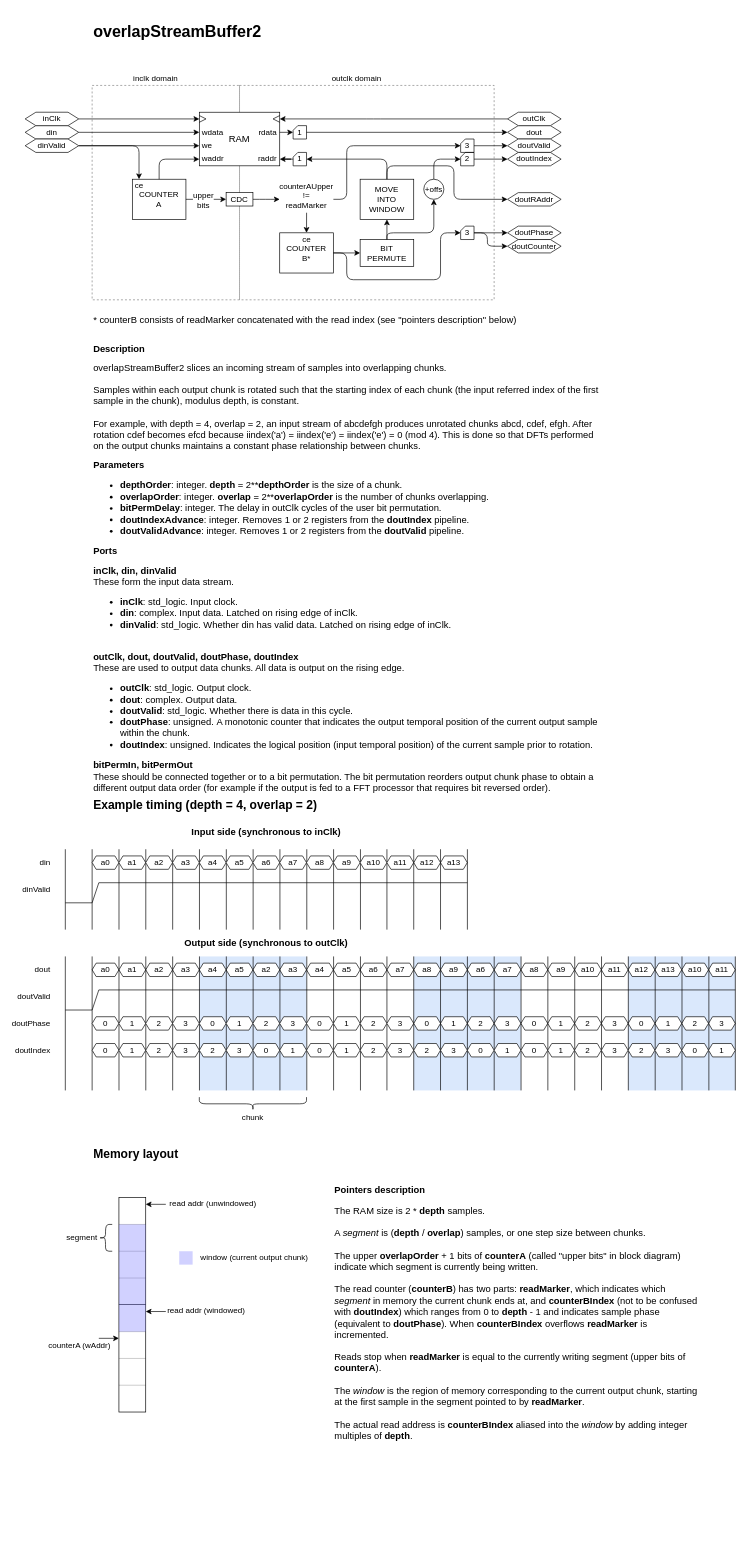
Above: diagrams/overlap_stream_buffer2.drawio in gabriel-tenma-white/fpga-dsp (draw.io), before the change. Source tidied: cells renumbered, new cells numbered last; positions are measured from the earlier drawing's top-left corner, leaving out a move shared by most shapes. Both pictures are drawn from the tidied source at 67%, with x=0, y=0 at pixel (11, 18).
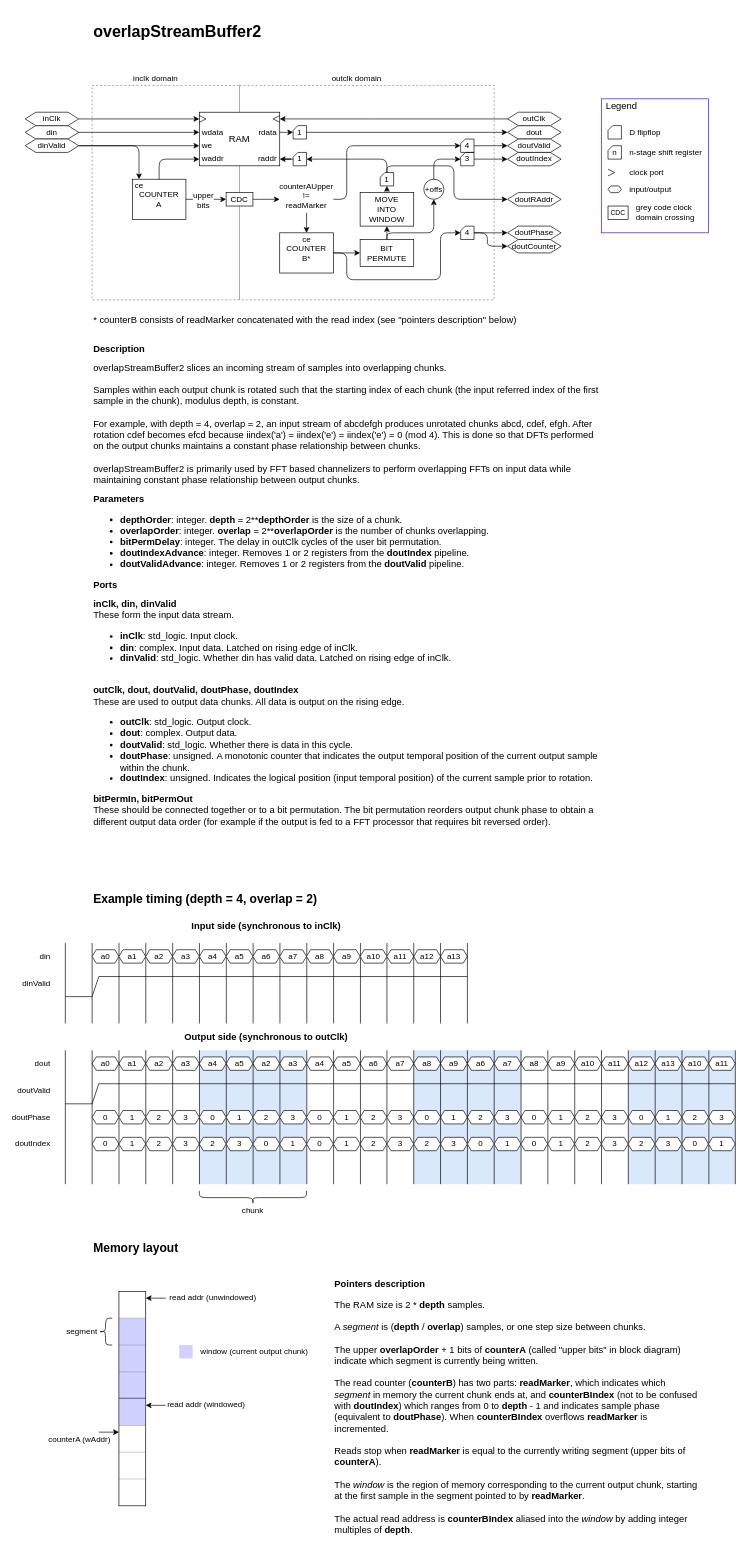
Above is the later version.

Commit message (it also covers changes not shown here):
overlapStreamBuffer2: add register after ram to close timing

Unchanged cells that the change refers to:
```xml
<mxCell id="52" value="1" style="shape=card;whiteSpace=wrap;html=1;fillColor=none;fontSize=12;align=center;arcSize=10;size=7;" parent="1" vertex="1">
  <mxGeometry x="420" y="200" width="20" height="20" as="geometry" />
</mxCell>
<mxCell id="246" value="doutRAddr" style="shape=hexagon;perimeter=hexagonPerimeter2;whiteSpace=wrap;html=1;fontSize=12;align=center;size=0.2;" parent="1" vertex="1">
  <mxGeometry x="740" y="260" width="80" height="20" as="geometry" />
</mxCell>
```

Diff of the diagram source:
```diff
@@
-    <mxCell id="42" value="3" style="shape=card;whiteSpace=wrap;html=1;fillColor=none;fontSize=12;align=center;arcSize=10;size=7;" parent="1" vertex="1">
+    <mxCell id="42" value="4" style="shape=card;whiteSpace=wrap;html=1;fillColor=none;fontSize=12;align=center;arcSize=10;size=7;" parent="1" vertex="1">
       <mxGeometry x="670" y="180" width="20" height="20" as="geometry" />
     </mxCell>
@@
-    <mxCell id="47" value="3" style="shape=card;whiteSpace=wrap;html=1;fillColor=none;fontSize=12;align=center;arcSize=10;size=7;" parent="1" vertex="1">
+    <mxCell id="47" value="4" style="shape=card;whiteSpace=wrap;html=1;fillColor=none;fontSize=12;align=center;arcSize=10;size=7;" parent="1" vertex="1">
       <mxGeometry x="670" y="310" width="20" height="20" as="geometry" />
     </mxCell>
@@
-    <mxCell id="50" value="2" style="shape=card;whiteSpace=wrap;html=1;fillColor=none;fontSize=12;align=center;arcSize=10;size=7;" parent="1" vertex="1">
+    <mxCell id="50" value="3" style="shape=card;whiteSpace=wrap;html=1;fillColor=none;fontSize=12;align=center;arcSize=10;size=7;" parent="1" vertex="1">
       <mxGeometry x="670" y="200" width="20" height="20" as="geometry" />
     </mxCell>
@@
     <mxCell id="58" style="group;" parent="1" vertex="1">
-      <mxGeometry x="520" y="240" width="80" height="60" as="geometry" />
+      <mxGeometry x="520" y="260" width="80" height="50" as="geometry" />
     </mxCell>
     <mxCell id="59" value="MOVE&lt;br&gt;INTO&lt;br&gt;WINDOW" style="rounded=0;whiteSpace=wrap;html=1;fontSize=12;align=center;" parent="58" vertex="1">
-      <mxGeometry width="80" height="60" as="geometry" />
+      <mxGeometry width="80" height="50" as="geometry" />
     </mxCell>
@@
-    <mxCell id="64" style="edgeStyle=orthogonalEdgeStyle;rounded=1;jettySize=auto;html=1;exitX=0.5;exitY=0;exitDx=0;exitDy=0;entryX=1;entryY=0.5;entryDx=0;entryDy=0;entryPerimeter=0;strokeColor=#000000;fontSize=12;" parent="1" edge="1" source="59" target="52">
+    <mxCell id="64" style="edgeStyle=orthogonalEdgeStyle;rounded=1;jettySize=auto;html=1;exitX=0.5;exitY=0;exitDx=0;exitDy=0;entryX=1;entryY=0.5;entryDx=0;entryDy=0;entryPerimeter=0;strokeColor=#000000;fontSize=12;exitPerimeter=0;" parent="1" edge="1" source="262" target="52">
       <mxGeometry relative="1" as="geometry" />
     </mxCell>
@@
-    <mxCell id="71" value="&lt;h1 style=&quot;font-size: 14px;&quot;&gt;Description&lt;/h1&gt;&lt;div style=&quot;font-size: 14px;&quot;&gt;overlapStreamBuffer2 slices an incoming stream of samples into overlapping chunks.&lt;/div&gt;&lt;div style=&quot;font-size: 14px;&quot;&gt;&lt;br style=&quot;font-size: 14px;&quot;&gt;&lt;/div&gt;&lt;div style=&quot;font-size: 14px;&quot;&gt;Samples within each output chunk is rotated such that the starting index of each chunk (the input referred index of the first sample in the chunk), modulus depth, is constant.&lt;/div&gt;&lt;div style=&quot;font-size: 14px;&quot;&gt;&lt;br style=&quot;font-size: 14px;&quot;&gt;&lt;/div&gt;&lt;div style=&quot;font-size: 14px;&quot;&gt;For example, with depth = 4, overlap = 2, an input stream of abcdefgh produces unrotated chunks abcd, cdef, efgh. After rotation cdef becomes efcd because iindex('a') = iindex('e') = iindex('e') = 0 (mod 4). This is done so that DFTs performed on the output chunks maintains a constant phase relationship between chunks.&lt;/div&gt;&lt;h2 style=&quot;font-size: 14px;&quot;&gt;Parameters&lt;/h2&gt;&lt;div style=&quot;font-size: 14px;&quot;&gt;&lt;ul style=&quot;font-size: 14px;&quot;&gt;&lt;li style=&quot;font-size: 14px;&quot;&gt;&lt;b style=&quot;font-size: 14px;&quot;&gt;depthOrder&lt;/b&gt;: integer.&amp;nbsp;&lt;b style=&quot;font-size: 14px;&quot;&gt;depth&lt;/b&gt; = 2**&lt;b style=&quot;font-size: 14px;&quot;&gt;depthOrder&lt;/b&gt; is the size of a chunk.&lt;/li&gt;&lt;li style=&quot;font-size: 14px;&quot;&gt;&lt;b style=&quot;font-size: 14px;&quot;&gt;overlapOrder&lt;/b&gt;: integer.&amp;nbsp;&lt;b style=&quot;font-size: 14px;&quot;&gt;overlap&lt;/b&gt; = 2**&lt;b style=&quot;font-size: 14px;&quot;&gt;overlapOrder&lt;/b&gt; is the number of chunks overlapping.&lt;/li&gt;&lt;li style=&quot;font-size: 14px;&quot;&gt;&lt;b style=&quot;font-size: 14px;&quot;&gt;bitPermDelay&lt;/b&gt;: integer. The delay in&amp;nbsp;outClk cycles of the user bit permutation.&lt;/li&gt;&lt;li style=&quot;font-size: 14px;&quot;&gt;&lt;b style=&quot;font-size: 14px;&quot;&gt;doutIndexAdvance&lt;/b&gt;: integer. Removes 1 or 2 registers from the &lt;b style=&quot;font-size: 14px;&quot;&gt;doutIndex&lt;/b&gt; pipeline.&lt;br style=&quot;font-size: 14px;&quot;&gt;&lt;/li&gt;&lt;li style=&quot;font-size: 14px;&quot;&gt;&lt;b style=&quot;font-size: 14px;&quot;&gt;doutValidAdvance&lt;/b&gt;: integer. Removes 1 or 2 registers from the &lt;b style=&quot;font-size: 14px;&quot;&gt;doutValid&lt;/b&gt; pipeline.&lt;br style=&quot;font-size: 14px;&quot;&gt;&lt;/li&gt;&lt;/ul&gt;&lt;/div&gt;&lt;h2 style=&quot;font-size: 14px;&quot;&gt;Ports&lt;/h2&gt;&lt;div style=&quot;font-size: 14px;&quot;&gt;&lt;b style=&quot;font-size: 14px;&quot;&gt;inClk, din, dinValid&lt;/b&gt;&lt;/div&gt;&lt;div style=&quot;font-size: 14px;&quot;&gt;These form the input data stream.&lt;/div&gt;&lt;div style=&quot;font-size: 14px;&quot;&gt;&lt;ul style=&quot;font-size: 14px;&quot;&gt;&lt;li style=&quot;font-size: 14px;&quot;&gt;&lt;b style=&quot;font-size: 14px;&quot;&gt;inClk&lt;/b&gt;: std_logic. Input clock.&lt;/li&gt;&lt;li style=&quot;font-size: 14px;&quot;&gt;&lt;b style=&quot;font-size: 14px;&quot;&gt;din&lt;/b&gt;: complex. Input data. Latched on rising edge of inClk.&lt;/li&gt;&lt;li style=&quot;font-size: 14px;&quot;&gt;&lt;b style=&quot;font-size: 14px;&quot;&gt;dinValid&lt;/b&gt;: std_logic. Whether din has valid data. Latched on rising edge of inClk.&lt;/li&gt;&lt;/ul&gt;&lt;/div&gt;&lt;div style=&quot;font-size: 14px;&quot;&gt;&lt;br style=&quot;font-size: 14px;&quot;&gt;&lt;/div&gt;&lt;div style=&quot;font-size: 14px;&quot;&gt;&lt;b style=&quot;font-size: 14px;&quot;&gt;outClk, dout, doutValid, doutPhase, doutIndex&lt;/b&gt;&lt;/div&gt;&lt;div style=&quot;font-size: 14px;&quot;&gt;These are used to output data chunks. All data is output on the rising edge.&lt;/div&gt;&lt;div style=&quot;font-size: 14px;&quot;&gt;&lt;ul style=&quot;font-size: 14px;&quot;&gt;&lt;li style=&quot;font-size: 14px;&quot;&gt;&lt;b style=&quot;font-size: 14px;&quot;&gt;outClk&lt;/b&gt;: std_logic. Output clock.&lt;/li&gt;&lt;li style=&quot;font-size: 14px;&quot;&gt;&lt;b style=&quot;font-size: 14px;&quot;&gt;dout&lt;/b&gt;: complex. Output data.&lt;/li&gt;&lt;li style=&quot;font-size: 14px;&quot;&gt;&lt;b style=&quot;font-size: 14px;&quot;&gt;doutValid&lt;/b&gt;: std_logic. Whether there is data in this cycle.&lt;/li&gt;&lt;li style=&quot;font-size: 14px;&quot;&gt;&lt;b style=&quot;font-size: 14px;&quot;&gt;doutPhase&lt;/b&gt;: unsigned.&lt;b style=&quot;font-size: 14px;&quot;&gt;&amp;nbsp;&lt;/b&gt;A monotonic counter that indicates the output temporal position of the current output sample within the chunk.&lt;/li&gt;&lt;li style=&quot;font-size: 14px;&quot;&gt;&lt;b style=&quot;font-size: 14px;&quot;&gt;doutIndex&lt;/b&gt;: unsigned. Indicates the logical position (input temporal position) of the current sample prior to rotation.&lt;/li&gt;&lt;/ul&gt;&lt;div style=&quot;font-size: 14px;&quot;&gt;&lt;b style=&quot;font-size: 14px;&quot;&gt;bitPermIn,&amp;nbsp;bitPermOut&lt;/b&gt;&lt;br style=&quot;font-size: 14px;&quot;&gt;&lt;/div&gt;&lt;/div&gt;&lt;div style=&quot;font-size: 14px;&quot;&gt;These should be connected together or to a bit permutation. The bit permutation reorders output chunk phase to obtain a different output data order (for example if the output is fed to a FFT processor that requires bit reversed order).&lt;/div&gt;" style="text;html=1;strokeColor=none;fillColor=none;align=left;verticalAlign=top;whiteSpace=wrap;rounded=0;fontSize=14;" parent="1" vertex="1">
-      <mxGeometry x="120" y="470" width="760" height="670" as="geometry" />
+    <mxCell id="71" value="&lt;h1 style=&quot;font-size: 14px&quot;&gt;Description&lt;/h1&gt;&lt;div style=&quot;font-size: 14px&quot;&gt;overlapStreamBuffer2 slices an incoming stream of samples into overlapping chunks.&lt;/div&gt;&lt;div style=&quot;font-size: 14px&quot;&gt;&lt;br style=&quot;font-size: 14px&quot;&gt;&lt;/div&gt;&lt;div style=&quot;font-size: 14px&quot;&gt;Samples within each output chunk is rotated such that the starting index of each chunk (the input referred index of the first sample in the chunk), modulus depth, is constant.&lt;/div&gt;&lt;div style=&quot;font-size: 14px&quot;&gt;&lt;br style=&quot;font-size: 14px&quot;&gt;&lt;/div&gt;&lt;div style=&quot;font-size: 14px&quot;&gt;For example, with depth = 4, overlap = 2, an input stream of abcdefgh produces unrotated chunks abcd, cdef, efgh. After rotation cdef becomes efcd because iindex('a') = iindex('e') = iindex('e') = 0 (mod 4). This is done so that DFTs performed on the output chunks maintains a constant phase relationship between chunks.&lt;/div&gt;&lt;div style=&quot;font-size: 14px&quot;&gt;&lt;br&gt;&lt;/div&gt;&lt;div style=&quot;font-size: 14px&quot;&gt;overlapStreamBuffer2 is primarily used by FFT based channelizers to perform overlapping FFTs on input data while maintaining constant phase relationship between output chunks.&lt;/div&gt;&lt;h2 style=&quot;font-size: 14px&quot;&gt;Parameters&lt;/h2&gt;&lt;div style=&quot;font-size: 14px&quot;&gt;&lt;ul style=&quot;font-size: 14px&quot;&gt;&lt;li style=&quot;font-size: 14px&quot;&gt;&lt;b style=&quot;font-size: 14px&quot;&gt;depthOrder&lt;/b&gt;: integer.&amp;nbsp;&lt;b style=&quot;font-size: 14px&quot;&gt;depth&lt;/b&gt; = 2**&lt;b style=&quot;font-size: 14px&quot;&gt;depthOrder&lt;/b&gt; is the size of a chunk.&lt;/li&gt;&lt;li style=&quot;font-size: 14px&quot;&gt;&lt;b style=&quot;font-size: 14px&quot;&gt;overlapOrder&lt;/b&gt;: integer.&amp;nbsp;&lt;b style=&quot;font-size: 14px&quot;&gt;overlap&lt;/b&gt; = 2**&lt;b style=&quot;font-size: 14px&quot;&gt;overlapOrder&lt;/b&gt; is the number of chunks overlapping.&lt;/li&gt;&lt;li style=&quot;font-size: 14px&quot;&gt;&lt;b style=&quot;font-size: 14px&quot;&gt;bitPermDelay&lt;/b&gt;: integer. The delay in&amp;nbsp;outClk cycles of the user bit permutation.&lt;/li&gt;&lt;li style=&quot;font-size: 14px&quot;&gt;&lt;b style=&quot;font-size: 14px&quot;&gt;doutIndexAdvance&lt;/b&gt;: integer. Removes 1 or 2 registers from the &lt;b style=&quot;font-size: 14px&quot;&gt;doutIndex&lt;/b&gt; pipeline.&lt;br style=&quot;font-size: 14px&quot;&gt;&lt;/li&gt;&lt;li style=&quot;font-size: 14px&quot;&gt;&lt;b style=&quot;font-size: 14px&quot;&gt;doutValidAdvance&lt;/b&gt;: integer. Removes 1 or 2 registers from the &lt;b style=&quot;font-size: 14px&quot;&gt;doutValid&lt;/b&gt; pipeline.&lt;br style=&quot;font-size: 14px&quot;&gt;&lt;/li&gt;&lt;/ul&gt;&lt;/div&gt;&lt;h2 style=&quot;font-size: 14px&quot;&gt;Ports&lt;/h2&gt;&lt;div style=&quot;font-size: 14px&quot;&gt;&lt;b style=&quot;font-size: 14px&quot;&gt;inClk, din, dinValid&lt;/b&gt;&lt;/div&gt;&lt;div style=&quot;font-size: 14px&quot;&gt;These form the input data stream.&lt;/div&gt;&lt;div style=&quot;font-size: 14px&quot;&gt;&lt;ul style=&quot;font-size: 14px&quot;&gt;&lt;li style=&quot;font-size: 14px&quot;&gt;&lt;b style=&quot;font-size: 14px&quot;&gt;inClk&lt;/b&gt;: std_logic. Input clock.&lt;/li&gt;&lt;li style=&quot;font-size: 14px&quot;&gt;&lt;b style=&quot;font-size: 14px&quot;&gt;din&lt;/b&gt;: complex. Input data. Latched on rising edge of inClk.&lt;/li&gt;&lt;li style=&quot;font-size: 14px&quot;&gt;&lt;b style=&quot;font-size: 14px&quot;&gt;dinValid&lt;/b&gt;: std_logic. Whether din has valid data. Latched on rising edge of inClk.&lt;/li&gt;&lt;/ul&gt;&lt;/div&gt;&lt;div style=&quot;font-size: 14px&quot;&gt;&lt;br style=&quot;font-size: 14px&quot;&gt;&lt;/div&gt;&lt;div style=&quot;font-size: 14px&quot;&gt;&lt;b style=&quot;font-size: 14px&quot;&gt;outClk, dout, doutValid, doutPhase, doutIndex&lt;/b&gt;&lt;/div&gt;&lt;div style=&quot;font-size: 14px&quot;&gt;These are used to output data chunks. All data is output on the rising edge.&lt;/div&gt;&lt;div style=&quot;font-size: 14px&quot;&gt;&lt;ul style=&quot;font-size: 14px&quot;&gt;&lt;li style=&quot;font-size: 14px&quot;&gt;&lt;b style=&quot;font-size: 14px&quot;&gt;outClk&lt;/b&gt;: std_logic. Output clock.&lt;/li&gt;&lt;li style=&quot;font-size: 14px&quot;&gt;&lt;b style=&quot;font-size: 14px&quot;&gt;dout&lt;/b&gt;: complex. Output data.&lt;/li&gt;&lt;li style=&quot;font-size: 14px&quot;&gt;&lt;b style=&quot;font-size: 14px&quot;&gt;doutValid&lt;/b&gt;: std_logic. Whether there is data in this cycle.&lt;/li&gt;&lt;li style=&quot;font-size: 14px&quot;&gt;&lt;b style=&quot;font-size: 14px&quot;&gt;doutPhase&lt;/b&gt;: unsigned.&lt;b style=&quot;font-size: 14px&quot;&gt;&amp;nbsp;&lt;/b&gt;A monotonic counter that indicates the output temporal position of the current output sample within the chunk.&lt;/li&gt;&lt;li style=&quot;font-size: 14px&quot;&gt;&lt;b style=&quot;font-size: 14px&quot;&gt;doutIndex&lt;/b&gt;: unsigned. Indicates the logical position (input temporal position) of the current sample prior to rotation.&lt;/li&gt;&lt;/ul&gt;&lt;div style=&quot;font-size: 14px&quot;&gt;&lt;b style=&quot;font-size: 14px&quot;&gt;bitPermIn,&amp;nbsp;bitPermOut&lt;/b&gt;&lt;br style=&quot;font-size: 14px&quot;&gt;&lt;/div&gt;&lt;/div&gt;&lt;div style=&quot;font-size: 14px&quot;&gt;These should be connected together or to a bit permutation. The bit permutation reorders output chunk phase to obtain a different output data order (for example if the output is fed to a FFT processor that requires bit reversed order).&lt;/div&gt;" style="text;html=1;strokeColor=none;fillColor=none;align=left;verticalAlign=top;whiteSpace=wrap;rounded=0;fontSize=14;" parent="1" vertex="1">
+      <mxGeometry x="120" y="470" width="760" height="730" as="geometry" />
     </mxCell>
     <mxCell id="72" value="&lt;h2&gt;Example timing (depth = 4, overlap = 2)&lt;/h2&gt;" style="text;html=1;strokeColor=none;fillColor=none;align=left;verticalAlign=middle;whiteSpace=wrap;rounded=0;fontStyle=0;" parent="1" vertex="1">
-      <mxGeometry x="120" y="1160" width="360" height="30" as="geometry" />
+      <mxGeometry x="120" y="1300" width="360" height="30" as="geometry" />
     </mxCell>
     <mxCell id="73" style="group;" parent="1" vertex="1">
-      <mxGeometry y="1360" width="1080" height="340" as="geometry" />
+      <mxGeometry y="1500" width="1080" height="340" as="geometry" />
     </mxCell>
@@
     <mxCell id="185" style="group;" parent="1" vertex="1">
-      <mxGeometry y="1200" width="680.1" height="160" as="geometry" />
+      <mxGeometry y="1340" width="680.1" height="160" as="geometry" />
     </mxCell>
@@
     <mxCell id="223" style="group;" parent="1" vertex="1">
-      <mxGeometry x="40" y="1680" width="990" height="440" as="geometry" />
+      <mxGeometry x="40" y="1820" width="990" height="440" as="geometry" />
     </mxCell>
@@
-    <mxCell id="247" style="edgeStyle=orthogonalEdgeStyle;rounded=1;jettySize=auto;html=1;exitX=0.5;exitY=0;exitDx=0;exitDy=0;entryX=0;entryY=0.5;entryDx=0;entryDy=0;" parent="1" edge="1" source="59" target="246">
+    <mxCell id="247" style="edgeStyle=orthogonalEdgeStyle;rounded=1;jettySize=auto;html=1;exitX=0.5;exitY=0;exitDx=0;exitDy=0;entryX=0;entryY=0.5;entryDx=0;entryDy=0;exitPerimeter=0;" parent="1" edge="1" source="262" target="246">
       <mxGeometry relative="1" as="geometry">
         <Array as="points">
-          <mxPoint x="560" y="220" />
           <mxPoint x="660" y="220" />
           <mxPoint x="660" y="270" />
         </Array>
       </mxGeometry>
     </mxCell>
+    <mxCell id="248" style="rounded=0;whiteSpace=wrap;html=1;strokeColor=#3503FF;" parent="1" vertex="1">
+      <mxGeometry x="880" y="120" width="160" height="200" as="geometry" />
+    </mxCell>
+    <mxCell id="249" value="Legend" style="text;html=1;strokeColor=none;fillColor=none;align=left;verticalAlign=middle;whiteSpace=wrap;rounded=0;spacingLeft=5;fontSize=14;" parent="1" vertex="1">
+      <mxGeometry x="880" y="120" width="120" height="20" as="geometry" />
+    </mxCell>
+    <mxCell id="250" style="shape=card;whiteSpace=wrap;html=1;fillColor=none;fontSize=12;align=center;arcSize=10;size=7;" parent="1" vertex="1">
+      <mxGeometry x="890" y="160" width="20" height="20" as="geometry" />
+    </mxCell>
+    <mxCell id="251" value="D flipflop" style="text;html=1;strokeColor=none;fillColor=none;align=left;verticalAlign=middle;whiteSpace=wrap;rounded=0;" parent="1" vertex="1">
+      <mxGeometry x="920" y="160" width="80" height="20" as="geometry" />
+    </mxCell>
+    <mxCell id="252" value="n" style="shape=card;whiteSpace=wrap;html=1;fillColor=none;fontSize=12;align=center;arcSize=10;size=7;" parent="1" vertex="1">
+      <mxGeometry x="890" y="190" width="20" height="20" as="geometry" />
+    </mxCell>
+    <mxCell id="253" value="n-stage shift register" style="text;html=1;strokeColor=none;fillColor=none;align=left;verticalAlign=middle;whiteSpace=wrap;rounded=0;" parent="1" vertex="1">
+      <mxGeometry x="920" y="190" width="120" height="20" as="geometry" />
+    </mxCell>
+    <mxCell id="254" style="group;" parent="1" vertex="1">
+      <mxGeometry x="600" y="40" width="10" height="10" as="geometry" />
+    </mxCell>
+    <mxCell id="255" style="rounded=0;whiteSpace=wrap;html=1;fontSize=12;align=right;strokeColor=none;fillColor=none;" parent="254" vertex="1">
+      <mxGeometry width="10" height="10" as="geometry" />
+    </mxCell>
+    <mxCell id="256" style="endArrow=none;html=1;strokeColor=#000000;fontSize=12;rounded=0;" parent="1" edge="1">
+      <mxGeometry relative="1" as="geometry">
+        <mxPoint x="890" y="225" as="sourcePoint" />
+        <mxPoint x="890" y="235" as="targetPoint" />
+        <Array as="points">
+          <mxPoint x="900" y="230" />
+        </Array>
+      </mxGeometry>
+    </mxCell>
+    <mxCell id="257" value="clock port" style="text;html=1;strokeColor=none;fillColor=none;align=left;verticalAlign=middle;whiteSpace=wrap;rounded=0;" parent="1" vertex="1">
+      <mxGeometry x="920" y="220" width="80" height="20" as="geometry" />
+    </mxCell>
+    <mxCell id="258" style="shape=hexagon;perimeter=hexagonPerimeter2;whiteSpace=wrap;html=1;fontSize=12;align=center;size=0.2;" parent="1" vertex="1">
+      <mxGeometry x="890" y="250" width="20" height="10" as="geometry" />
+    </mxCell>
+    <mxCell id="259" value="input/output" style="text;html=1;strokeColor=none;fillColor=none;align=left;verticalAlign=middle;whiteSpace=wrap;rounded=0;" parent="1" vertex="1">
+      <mxGeometry x="920" y="245" width="80" height="20" as="geometry" />
+    </mxCell>
+    <mxCell id="260" value="CDC" style="rounded=0;whiteSpace=wrap;html=1;fontSize=10;align=center;" parent="1" vertex="1">
+      <mxGeometry x="890" y="280" width="30" height="20" as="geometry" />
+    </mxCell>
+    <mxCell id="261" value="grey code clock domain crossing" style="text;html=1;strokeColor=none;fillColor=none;align=left;verticalAlign=middle;whiteSpace=wrap;rounded=0;" parent="1" vertex="1">
+      <mxGeometry x="930" y="270" width="100" height="40" as="geometry" />
+    </mxCell>
+    <mxCell id="262" value="1" style="shape=card;whiteSpace=wrap;html=1;fillColor=none;fontSize=12;align=center;arcSize=10;size=7;" parent="1" vertex="1">
+      <mxGeometry x="550" y="230" width="20" height="20" as="geometry" />
+    </mxCell>
+    <mxCell id="263" style="edgeStyle=orthogonalEdgeStyle;rounded=0;jettySize=auto;html=1;exitX=0.5;exitY=0;exitDx=0;exitDy=0;entryX=0.5;entryY=1;entryDx=0;entryDy=0;entryPerimeter=0;" parent="1" edge="1" source="59" target="262">
+      <mxGeometry relative="1" as="geometry" />
+    </mxCell>
```
